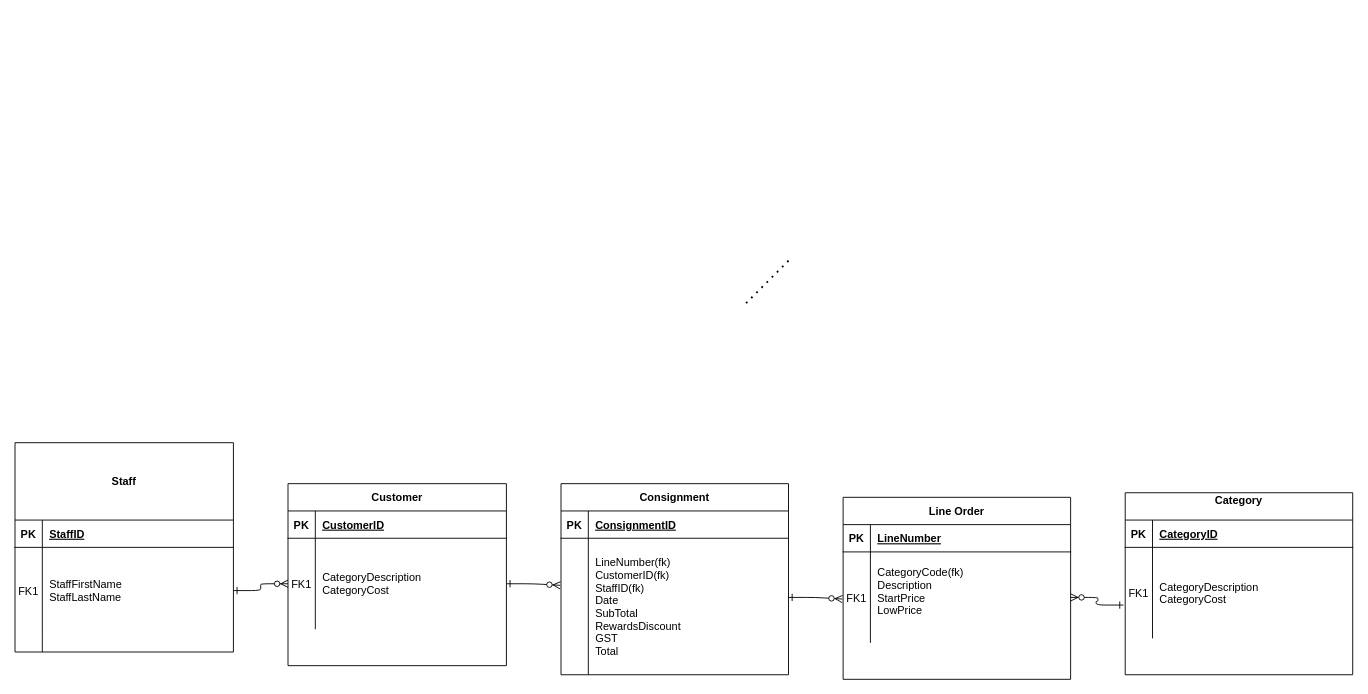
Above: Untitled Diagram.drawio in RickChum/web-project (draw.io), before the change. Source tidied: cells renumbered, new cells numbered last; positions are measured from the earlier drawing's top-left corner, leaving out a move shared by most shapes. Both pictures are drawn from the tidied source at 91%, with x=0, y=0 at pixel (15, 260).
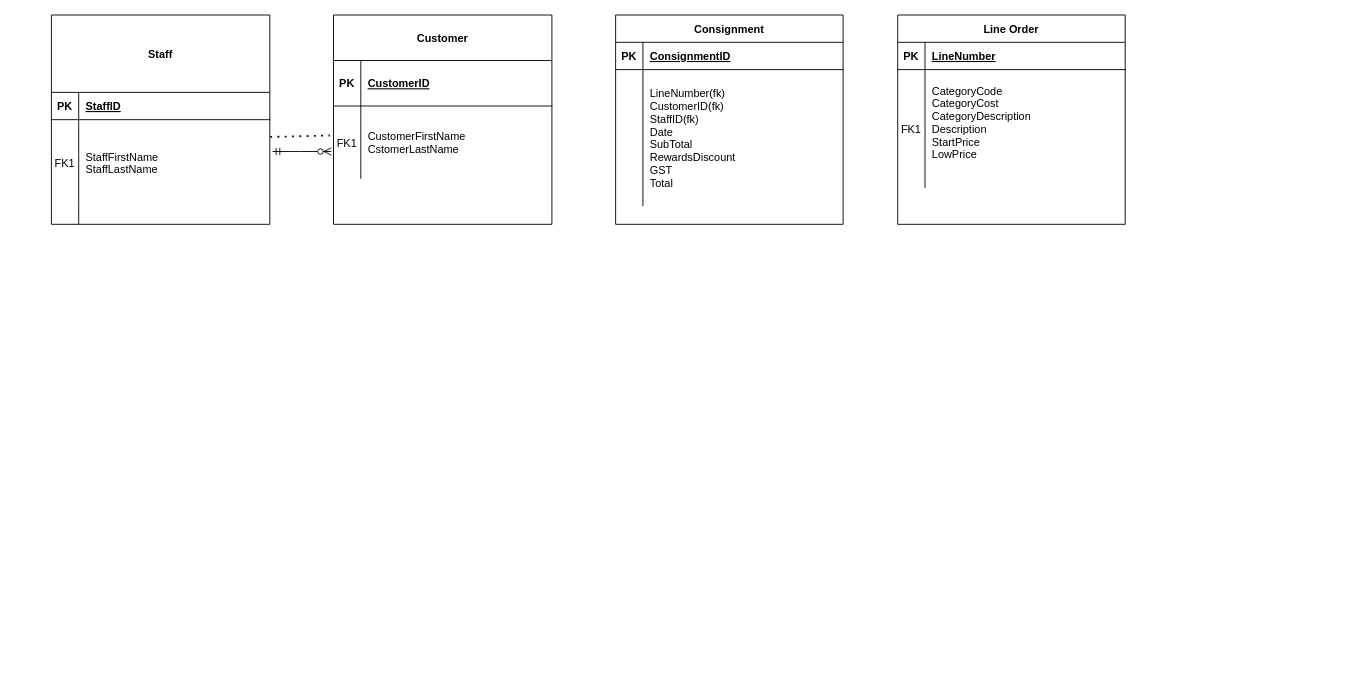
The same page after the edit.

The change refers to these unchanged cells:
```xml
<mxCell id="14" style="shape=partialRectangle;fillColor=none;points=[[0,0.5],[1,0.5]];portConstraint=eastwest;top=0;left=0;right=0;bottom=0;" parent="10" vertex="1">
  <mxGeometry y="115" width="240" height="95" as="geometry" />
</mxCell>
<mxCell id="24" style="shape=partialRectangle;fillColor=none;points=[[0,0.5],[1,0.5]];portConstraint=eastwest;top=0;left=0;right=0;bottom=0;" parent="20" vertex="1">
  <mxGeometry y="60" width="250" height="150" as="geometry" />
</mxCell>
```

What changed in the source:
```diff
@@
-    <mxCell id="2" style="edgeStyle=entityRelationEdgeStyle;endArrow=ERzeroToMany;startArrow=ERone;endFill=1;startFill=0;exitX=1;exitY=0.5;exitDx=0;exitDy=0;entryX=-0.003;entryY=0.345;entryDx=0;entryDy=0;entryPerimeter=0;" parent="1" edge="1" source="38" target="24">
-      <mxGeometry relative="1" as="geometry" />
-    </mxCell>
     <mxCell id="3" value="Line Order" style="shape=table;startSize=30;childLayout=tableLayout;rowLines=0;fontStyle=1;align=center;" parent="1" vertex="1">
-      <mxGeometry x="910" y="260" width="250" height="200" as="geometry" />
+      <mxGeometry x="970" y="-270" width="250" height="230" as="geometry" />
     </mxCell>
@@
     <mxCell id="7" style="shape=partialRectangle;fillColor=none;points=[[0,0.5],[1,0.5]];portConstraint=eastwest;top=0;left=0;right=0;bottom=0;" parent="3" vertex="1">
-      <mxGeometry y="60" width="250" height="100" as="geometry" />
+      <mxGeometry y="60" width="250" height="130" as="geometry" />
     </mxCell>
     <mxCell id="8" value="FK1" style="shape=partialRectangle;overflow=hidden;fillColor=none;top=0;left=0;bottom=0;right=0;" parent="7" vertex="1">
-      <mxGeometry width="30" height="100" as="geometry" />
+      <mxGeometry width="30" height="130" as="geometry" />
     </mxCell>
-    <mxCell id="9" value="CategoryCode(fk)&#10;Description&#10;StartPrice&#10;LowPrice&#10;" style="shape=partialRectangle;overflow=hidden;fillColor=none;top=0;left=0;bottom=0;right=0;align=left;spacingLeft=6;" parent="7" vertex="1">
-      <mxGeometry x="30" width="220" height="100" as="geometry" />
+    <mxCell id="9" value="CategoryCode&#10;CategoryCost&#10;CategoryDescription&#10;Description&#10;StartPrice&#10;LowPrice&#10;" style="shape=partialRectangle;overflow=hidden;fillColor=none;top=0;left=0;bottom=0;right=0;align=left;spacingLeft=6;" parent="7" vertex="1">
+      <mxGeometry x="30" width="220" height="130" as="geometry" />
     </mxCell>
     <mxCell id="10" value="Staff" style="shape=table;startSize=85;childLayout=tableLayout;rowLines=0;fontStyle=1;align=center;" parent="1" vertex="1">
-      <mxGeometry y="200" width="240" height="230" as="geometry" />
+      <mxGeometry x="40" y="-270" width="240" height="230" as="geometry" />
     </mxCell>
@@
     <mxCell id="20" value="Consignment" style="shape=table;startSize=30;childLayout=tableLayout;rowLines=0;fontStyle=1;align=center;" parent="1" vertex="1">
-      <mxGeometry x="600" y="245" width="250" height="210" as="geometry" />
+      <mxGeometry x="660" y="-270" width="250" height="230" as="geometry" />
     </mxCell>
@@
-    <mxCell id="27" value="Category&#10;" style="shape=table;startSize=30;childLayout=tableLayout;rowLines=0;fontStyle=1;align=center;" parent="1" vertex="1">
-      <mxGeometry x="1220" y="255" width="250" height="200" as="geometry" />
-    </mxCell>
-    <mxCell id="28" style="shape=partialRectangle;fillColor=none;top=0;left=0;right=0;bottom=1;" parent="27" vertex="1">
-      <mxGeometry y="30" width="250" height="30" as="geometry" />
-    </mxCell>
-    <mxCell id="29" value="PK" style="shape=partialRectangle;overflow=hidden;fillColor=none;top=0;left=0;bottom=0;right=0;fontStyle=1;" parent="28" vertex="1">
-      <mxGeometry width="30" height="30" as="geometry" />
-    </mxCell>
-    <mxCell id="30" value="CategoryID" style="shape=partialRectangle;overflow=hidden;fillColor=none;top=0;left=0;bottom=0;right=0;align=left;spacingLeft=6;fontStyle=5;" parent="28" vertex="1">
-      <mxGeometry x="30" width="220" height="30" as="geometry" />
-    </mxCell>
-    <mxCell id="31" style="shape=partialRectangle;fillColor=none;points=[[0,0.5],[1,0.5]];portConstraint=eastwest;top=0;left=0;right=0;bottom=0;" parent="27" vertex="1">
-      <mxGeometry y="60" width="250" height="100" as="geometry" />
-    </mxCell>
-    <mxCell id="32" value="FK1" style="shape=partialRectangle;overflow=hidden;fillColor=none;top=0;left=0;bottom=0;right=0;" parent="31" vertex="1">
-      <mxGeometry width="30" height="100" as="geometry" />
-    </mxCell>
-    <mxCell id="33" value="CategoryDescription&#10;CategoryCost" style="shape=partialRectangle;overflow=hidden;fillColor=none;top=0;left=0;bottom=0;right=0;align=left;spacingLeft=6;" parent="31" vertex="1">
-      <mxGeometry x="30" width="220" height="100" as="geometry" />
-    </mxCell>
-    <mxCell id="34" value="Customer" style="shape=table;startSize=30;childLayout=tableLayout;rowLines=0;fontStyle=1;align=center;" parent="1" vertex="1">
-      <mxGeometry x="300" y="245" width="240" height="200" as="geometry" />
+    <mxCell id="34" value="Customer" style="shape=table;startSize=50;childLayout=tableLayout;rowLines=0;fontStyle=1;align=center;" parent="1" vertex="1">
+      <mxGeometry x="350" y="-270" width="240" height="230" as="geometry" />
     </mxCell>
     <mxCell id="35" style="shape=partialRectangle;fillColor=none;top=0;left=0;right=0;bottom=1;" parent="34" vertex="1">
-      <mxGeometry y="30" width="240" height="30" as="geometry" />
+      <mxGeometry y="50" width="240" height="50" as="geometry" />
     </mxCell>
     <mxCell id="36" value="PK" style="shape=partialRectangle;overflow=hidden;fillColor=none;top=0;left=0;bottom=0;right=0;fontStyle=1;" parent="35" vertex="1">
-      <mxGeometry width="30" height="30" as="geometry" />
+      <mxGeometry width="30" height="50" as="geometry" />
     </mxCell>
     <mxCell id="37" value="CustomerID" style="shape=partialRectangle;overflow=hidden;fillColor=none;top=0;left=0;bottom=0;right=0;align=left;spacingLeft=6;fontStyle=5;" parent="35" vertex="1">
-      <mxGeometry x="30" width="210" height="30" as="geometry" />
+      <mxGeometry x="30" width="210" height="50" as="geometry" />
     </mxCell>
     <mxCell id="38" style="shape=partialRectangle;fillColor=none;points=[[0,0.5],[1,0.5]];portConstraint=eastwest;top=0;left=0;right=0;bottom=0;" parent="34" vertex="1">
-      <mxGeometry y="60" width="240" height="100" as="geometry" />
+      <mxGeometry y="100" width="240" height="80" as="geometry" />
     </mxCell>
     <mxCell id="39" value="FK1" style="shape=partialRectangle;overflow=hidden;fillColor=none;top=0;left=0;bottom=0;right=0;" parent="38" vertex="1">
-      <mxGeometry width="30" height="100" as="geometry" />
+      <mxGeometry width="30" height="80" as="geometry" />
     </mxCell>
-    <mxCell id="40" value="CategoryDescription&#10;CategoryCost" style="shape=partialRectangle;overflow=hidden;fillColor=none;top=0;left=0;bottom=0;right=0;align=left;spacingLeft=6;" parent="38" vertex="1">
-      <mxGeometry x="30" width="210" height="100" as="geometry" />
+    <mxCell id="40" value="CustomerFirstName&#10;CstomerLastName" style="shape=partialRectangle;overflow=hidden;fillColor=none;top=0;left=0;bottom=0;right=0;align=left;spacingLeft=6;" parent="38" vertex="1">
+      <mxGeometry x="30" width="210" height="80" as="geometry" />
     </mxCell>
-    <mxCell id="41" style="edgeStyle=entityRelationEdgeStyle;endArrow=ERzeroToMany;startArrow=ERone;endFill=1;startFill=0;entryX=0;entryY=0.5;entryDx=0;entryDy=0;exitX=1;exitY=0.5;exitDx=0;exitDy=0;" parent="1" edge="1" source="14" target="38">
+    <mxCell id="41" style="endArrow=none;dashed=1;html=1;dashPattern=1 3;strokeWidth=2;exitX=1.002;exitY=0.2;exitDx=0;exitDy=0;exitPerimeter=0;entryX=-0.017;entryY=0.405;entryDx=0;entryDy=0;entryPerimeter=0;" parent="1" edge="1" source="14" target="38">
       <mxGeometry relative="1" as="geometry" />
     </mxCell>
-    <mxCell id="42" style="edgeStyle=entityRelationEdgeStyle;endArrow=ERzeroToMany;startArrow=ERone;endFill=1;startFill=0;exitX=1;exitY=0.5;exitDx=0;exitDy=0;entryX=-0.003;entryY=0.345;entryDx=0;entryDy=0;entryPerimeter=0;" parent="1" edge="1">
-      <mxGeometry relative="1" as="geometry">
-        <mxPoint x="850" y="370" as="sourcePoint" />
-        <mxPoint x="909.2" y="371.8" as="targetPoint" />
-      </mxGeometry>
-    </mxCell>
-    <mxCell id="43" style="edgeStyle=entityRelationEdgeStyle;endArrow=ERzeroToMany;startArrow=ERone;endFill=1;startFill=0;exitX=-0.008;exitY=0.634;exitDx=0;exitDy=0;entryX=1;entryY=0.5;entryDx=0;entryDy=0;exitPerimeter=0;" parent="1" edge="1" source="31" target="7">
-      <mxGeometry relative="1" as="geometry" />
-    </mxCell>
-    <mxCell id="44" style="endArrow=none;dashed=1;html=1;dashPattern=1 3;strokeWidth=2;" parent="1" edge="1">
-      <mxGeometry relative="1" as="geometry">
-        <mxPoint x="850" as="sourcePoint" />
-        <mxPoint x="800" y="50" as="targetPoint" />
-      </mxGeometry>
-    </mxCell>
+    <mxCell id="45" style="edgeStyle=entityRelationEdgeStyle;fontSize=12;html=1;endArrow=ERzeroToMany;startArrow=ERmandOne;entryX=-0.01;entryY=0.625;entryDx=0;entryDy=0;entryPerimeter=0;" parent="1" edge="1" target="38">
+      <mxGeometry relative="1" as="geometry">
+        <mxPoint x="283" y="-120" as="sourcePoint" />
+      </mxGeometry>
+    </mxCell>
```
